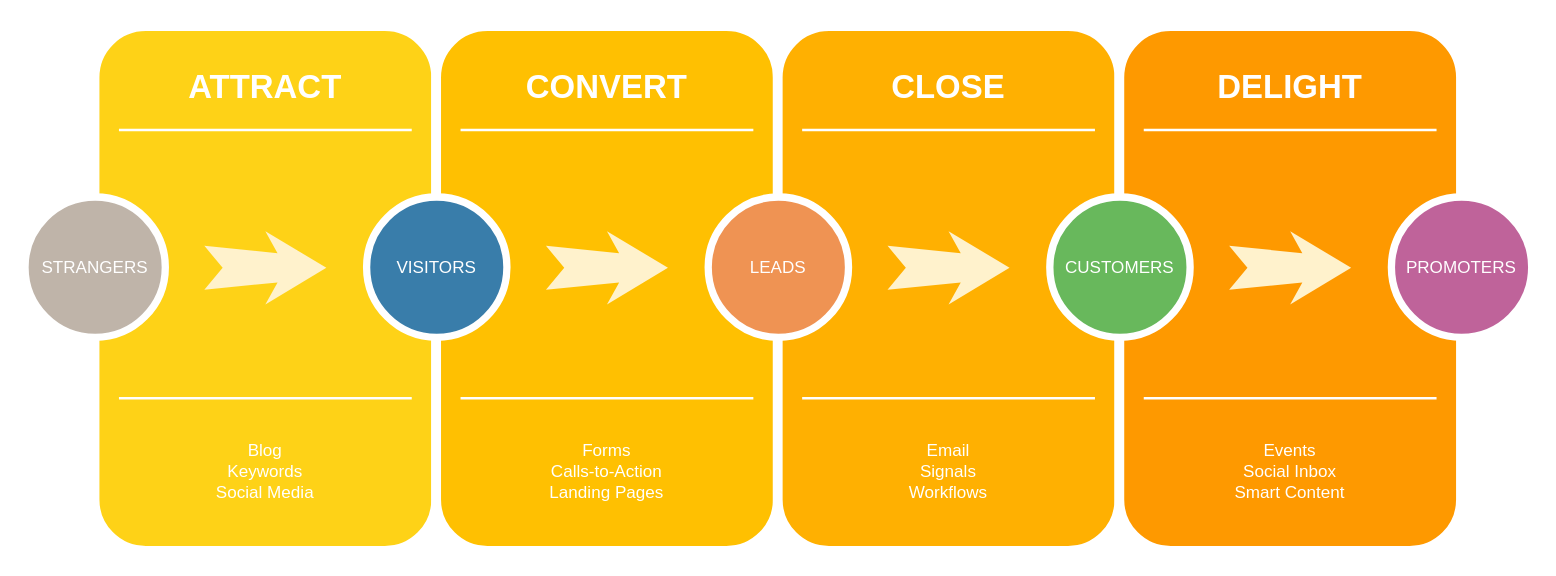
Earlier version of the draw.io diagram combiq/Untitled Diagram.drawio (m1guel/diagrams). Source tidied: cells renumbered, new cells numbered last; positions are measured from the earlier drawing's top-left corner, leaving out a move shared by most shapes. Both pictures are drawn from the tidied source at 122%, with x=0, y=0 at pixel (24, 26).
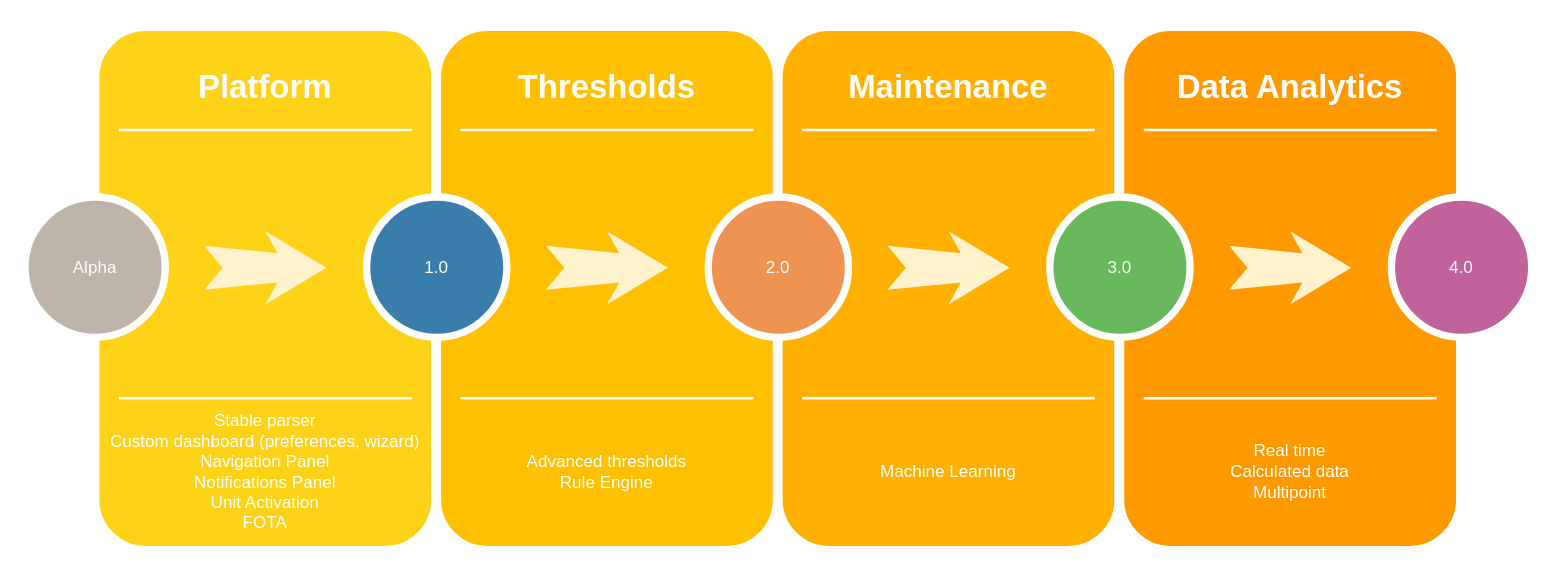
After the change.

Diff of the diagram source:
```diff
@@
-    <mxCell id="3" value="ATTRACT" style="text;html=1;strokeColor=none;fillColor=none;align=center;verticalAlign=middle;whiteSpace=wrap;rounded=0;shadow=0;fontSize=27;fontColor=#FFFFFF;fontStyle=1;" parent="1" vertex="1">
+    <mxCell id="3" value="Platform" style="text;html=1;strokeColor=none;fillColor=none;align=center;verticalAlign=middle;whiteSpace=wrap;rounded=0;shadow=0;fontSize=27;fontColor=#FFFFFF;fontStyle=1;" parent="1" vertex="1">
       <mxGeometry x="57" y="20" width="280" height="60" as="geometry" />
     </mxCell>
-    <mxCell id="4" value="Blog&lt;div&gt;Keywords&lt;/div&gt;&lt;div&gt;Social Media&lt;/div&gt;" style="text;html=1;strokeColor=none;fillColor=none;align=center;verticalAlign=middle;whiteSpace=wrap;rounded=0;shadow=0;fontSize=14;fontColor=#FFFFFF;" parent="1" vertex="1">
+    <mxCell id="4" value="Stable parser&lt;br&gt;Custom dashboard (preferences, wizard)&lt;br&gt;Navigation Panel&lt;br&gt;Notifications Panel&lt;br&gt;Unit Activation&lt;br&gt;FOTA&lt;br&gt;" style="text;html=1;strokeColor=none;fillColor=none;align=center;verticalAlign=middle;whiteSpace=wrap;rounded=0;shadow=0;fontSize=14;fontColor=#FFFFFF;" parent="1" vertex="1">
       <mxGeometry x="57" y="320" width="280" height="90" as="geometry" />
     </mxCell>
@@
-    <mxCell id="7" value="STRANGERS" style="ellipse;whiteSpace=wrap;html=1;rounded=0;shadow=0;strokeWidth=6;fontSize=14;align=center;fillColor=#BFB4A9;strokeColor=#FFFFFF;fontColor=#FFFFFF;" parent="1" vertex="1">
+    <mxCell id="7" value="Alpha" style="ellipse;whiteSpace=wrap;html=1;rounded=0;shadow=0;strokeWidth=6;fontSize=14;align=center;fillColor=#BFB4A9;strokeColor=#FFFFFF;fontColor=#FFFFFF;" parent="1" vertex="1">
       <mxGeometry y="140" width="115" height="115" as="geometry" />
     </mxCell>
@@
-    <mxCell id="10" value="CONVERT" style="text;html=1;strokeColor=none;fillColor=none;align=center;verticalAlign=middle;whiteSpace=wrap;rounded=0;shadow=0;fontSize=27;fontColor=#FFFFFF;fontStyle=1;" parent="1" vertex="1">
+    <mxCell id="10" value="Thresholds" style="text;html=1;strokeColor=none;fillColor=none;align=center;verticalAlign=middle;whiteSpace=wrap;rounded=0;shadow=0;fontSize=27;fontColor=#FFFFFF;fontStyle=1;" parent="1" vertex="1">
       <mxGeometry x="337" y="20" width="280" height="60" as="geometry" />
     </mxCell>
-    <mxCell id="11" value="Forms&lt;div&gt;Calls-to-Action&lt;/div&gt;&lt;div&gt;Landing Pages&lt;/div&gt;" style="text;html=1;strokeColor=none;fillColor=none;align=center;verticalAlign=middle;whiteSpace=wrap;rounded=0;shadow=0;fontSize=14;fontColor=#FFFFFF;" parent="1" vertex="1">
+    <mxCell id="11" value="Advanced thresholds&lt;br&gt;Rule Engine&lt;br&gt;" style="text;html=1;strokeColor=none;fillColor=none;align=center;verticalAlign=middle;whiteSpace=wrap;rounded=0;shadow=0;fontSize=14;fontColor=#FFFFFF;" parent="1" vertex="1">
       <mxGeometry x="337" y="320" width="280" height="90" as="geometry" />
     </mxCell>
@@
-    <mxCell id="14" value="VISITORS" style="ellipse;whiteSpace=wrap;html=1;rounded=0;shadow=0;strokeWidth=6;fontSize=14;align=center;fillColor=#397DAA;strokeColor=#FFFFFF;fontColor=#FFFFFF;" parent="1" vertex="1">
+    <mxCell id="14" value="1.0" style="ellipse;whiteSpace=wrap;html=1;rounded=0;shadow=0;strokeWidth=6;fontSize=14;align=center;fillColor=#397DAA;strokeColor=#FFFFFF;fontColor=#FFFFFF;" parent="1" vertex="1">
       <mxGeometry x="280" y="140" width="115" height="115" as="geometry" />
     </mxCell>
@@
-    <mxCell id="17" value="CLOSE" style="text;html=1;strokeColor=none;fillColor=none;align=center;verticalAlign=middle;whiteSpace=wrap;rounded=0;shadow=0;fontSize=27;fontColor=#FFFFFF;fontStyle=1;" parent="1" vertex="1">
+    <mxCell id="17" value="Maintenance" style="text;html=1;strokeColor=none;fillColor=none;align=center;verticalAlign=middle;whiteSpace=wrap;rounded=0;shadow=0;fontSize=27;fontColor=#FFFFFF;fontStyle=1;" parent="1" vertex="1">
       <mxGeometry x="617" y="20" width="280" height="60" as="geometry" />
     </mxCell>
-    <mxCell id="18" value="Email&lt;div&gt;Signals&lt;/div&gt;&lt;div&gt;Workflows&lt;/div&gt;" style="text;html=1;strokeColor=none;fillColor=none;align=center;verticalAlign=middle;whiteSpace=wrap;rounded=0;shadow=0;fontSize=14;fontColor=#FFFFFF;" parent="1" vertex="1">
+    <mxCell id="18" value="Machine Learning&lt;br&gt;" style="text;html=1;strokeColor=none;fillColor=none;align=center;verticalAlign=middle;whiteSpace=wrap;rounded=0;shadow=0;fontSize=14;fontColor=#FFFFFF;" parent="1" vertex="1">
       <mxGeometry x="617" y="320" width="280" height="90" as="geometry" />
     </mxCell>
@@
-    <mxCell id="21" value="LEADS" style="ellipse;whiteSpace=wrap;html=1;rounded=0;shadow=0;strokeWidth=6;fontSize=14;align=center;fillColor=#EF9353;strokeColor=#FFFFFF;fontColor=#FFFFFF;" parent="1" vertex="1">
+    <mxCell id="21" value="2.0" style="ellipse;whiteSpace=wrap;html=1;rounded=0;shadow=0;strokeWidth=6;fontSize=14;align=center;fillColor=#EF9353;strokeColor=#FFFFFF;fontColor=#FFFFFF;" parent="1" vertex="1">
       <mxGeometry x="560" y="140" width="115" height="115" as="geometry" />
     </mxCell>
@@
-    <mxCell id="24" value="DELIGHT" style="text;html=1;strokeColor=none;fillColor=none;align=center;verticalAlign=middle;whiteSpace=wrap;rounded=0;shadow=0;fontSize=27;fontColor=#FFFFFF;fontStyle=1;" parent="1" vertex="1">
+    <mxCell id="24" value="Data Analytics" style="text;html=1;strokeColor=none;fillColor=none;align=center;verticalAlign=middle;whiteSpace=wrap;rounded=0;shadow=0;fontSize=27;fontColor=#FFFFFF;fontStyle=1;" parent="1" vertex="1">
       <mxGeometry x="897" y="20" width="280" height="60" as="geometry" />
     </mxCell>
-    <mxCell id="25" value="Events&lt;div&gt;Social Inbox&lt;/div&gt;&lt;div&gt;Smart Content&lt;/div&gt;" style="text;html=1;strokeColor=none;fillColor=none;align=center;verticalAlign=middle;whiteSpace=wrap;rounded=0;shadow=0;fontSize=14;fontColor=#FFFFFF;" parent="1" vertex="1">
+    <mxCell id="25" value="Real time&lt;br&gt;Calculated data&lt;br&gt;Multipoint&lt;br&gt;" style="text;html=1;strokeColor=none;fillColor=none;align=center;verticalAlign=middle;whiteSpace=wrap;rounded=0;shadow=0;fontSize=14;fontColor=#FFFFFF;" parent="1" vertex="1">
       <mxGeometry x="897" y="320" width="280" height="90" as="geometry" />
     </mxCell>
@@
-    <mxCell id="28" value="CUSTOMERS" style="ellipse;whiteSpace=wrap;html=1;rounded=0;shadow=0;strokeWidth=6;fontSize=14;align=center;fillColor=#68B85C;strokeColor=#FFFFFF;fontColor=#FFFFFF;" parent="1" vertex="1">
+    <mxCell id="28" value="3.0" style="ellipse;whiteSpace=wrap;html=1;rounded=0;shadow=0;strokeWidth=6;fontSize=14;align=center;fillColor=#68B85C;strokeColor=#FFFFFF;fontColor=#FFFFFF;" parent="1" vertex="1">
       <mxGeometry x="840" y="140" width="115" height="115" as="geometry" />
     </mxCell>
@@
-    <mxCell id="30" value="PROMOTERS" style="ellipse;whiteSpace=wrap;html=1;rounded=0;shadow=0;strokeWidth=6;fontSize=14;align=center;fillColor=#BF639A;strokeColor=#FFFFFF;fontColor=#FFFFFF;" parent="1" vertex="1">
+    <mxCell id="30" value="4.0" style="ellipse;whiteSpace=wrap;html=1;rounded=0;shadow=0;strokeWidth=6;fontSize=14;align=center;fillColor=#BF639A;strokeColor=#FFFFFF;fontColor=#FFFFFF;" parent="1" vertex="1">
       <mxGeometry x="1120" y="140" width="115" height="115" as="geometry" />
     </mxCell>
```
